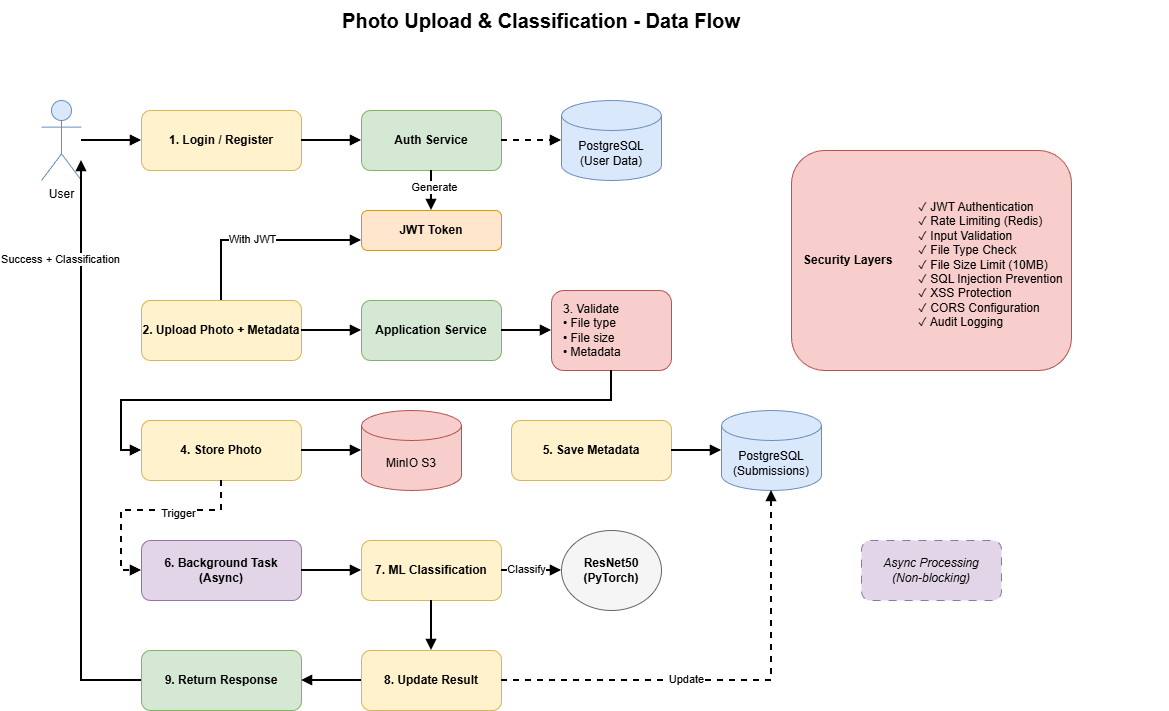
This is diagrams/data-flow.png from dzaja123/photo-classification-platform, a draw.io export, as it was before one commit. Source tidied: cells renumbered, new cells last; positions are measured from the earlier drawing's top-left corner, leaving out a move shared by most shapes. The source it was exported from:
```xml
<mxGraphModel>
  <root>
    <mxCell id="0" />
    <mxCell id="1" parent="0" />
    <mxCell id="2" value="Photo Upload &amp; Classification - Data Flow" style="text;html=1;strokeColor=none;fillColor=none;align=center;verticalAlign=middle;whiteSpace=wrap;rounded=0;fontSize=20;fontStyle=1;" parent="1" vertex="1">
      <mxGeometry x="200" width="600" height="40" as="geometry" />
    </mxCell>
    <mxCell id="3" value="User" style="shape=umlActor;verticalLabelPosition=bottom;verticalAlign=top;html=1;outlineConnect=0;fillColor=#dae8fc;strokeColor=#6c8ebf;" parent="1" vertex="1">
      <mxGeometry y="100" width="40" height="80" as="geometry" />
    </mxCell>
    <mxCell id="4" value="1. Login / Register" style="rounded=1;whiteSpace=wrap;html=1;fillColor=#fff2cc;strokeColor=#d6b656;fontStyle=1;" parent="1" vertex="1">
      <mxGeometry x="100" y="110" width="160" height="60" as="geometry" />
    </mxCell>
    <mxCell id="5" value="Auth Service" style="rounded=1;whiteSpace=wrap;html=1;fillColor=#d5e8d4;strokeColor=#82b366;fontStyle=1;" parent="1" vertex="1">
      <mxGeometry x="320" y="110" width="140" height="60" as="geometry" />
    </mxCell>
    <mxCell id="6" value="PostgreSQL&#10;(User Data)" style="shape=cylinder3;whiteSpace=wrap;html=1;boundedLbl=1;backgroundOutline=1;size=15;fillColor=#dae8fc;strokeColor=#6c8ebf;" parent="1" vertex="1">
      <mxGeometry x="520" y="100" width="100" height="80" as="geometry" />
    </mxCell>
    <mxCell id="7" value="JWT Token" style="rounded=1;whiteSpace=wrap;html=1;fillColor=#ffe6cc;strokeColor=#d79b00;fontStyle=1;" parent="1" vertex="1">
      <mxGeometry x="320" y="210" width="140" height="40" as="geometry" />
    </mxCell>
    <mxCell id="8" value="2. Upload Photo + Metadata" style="rounded=1;whiteSpace=wrap;html=1;fillColor=#fff2cc;strokeColor=#d6b656;fontStyle=1;" parent="1" vertex="1">
      <mxGeometry x="100" y="300" width="160" height="60" as="geometry" />
    </mxCell>
    <mxCell id="9" value="Application Service" style="rounded=1;whiteSpace=wrap;html=1;fillColor=#d5e8d4;strokeColor=#82b366;fontStyle=1;" parent="1" vertex="1">
      <mxGeometry x="320" y="300" width="140" height="60" as="geometry" />
    </mxCell>
    <mxCell id="10" value="3. Validate&#10;• File type&#10;• File size&#10;• Metadata" style="rounded=1;whiteSpace=wrap;html=1;fillColor=#f8cecc;strokeColor=#b85450;align=left;spacingLeft=10;" parent="1" vertex="1">
      <mxGeometry x="510" y="290" width="120" height="80" as="geometry" />
    </mxCell>
    <mxCell id="11" value="4. Store Photo" style="rounded=1;whiteSpace=wrap;html=1;fillColor=#fff2cc;strokeColor=#d6b656;fontStyle=1;" parent="1" vertex="1">
      <mxGeometry x="100" y="420" width="160" height="60" as="geometry" />
    </mxCell>
    <mxCell id="12" value="MinIO S3" style="shape=cylinder3;whiteSpace=wrap;html=1;boundedLbl=1;backgroundOutline=1;size=15;fillColor=#f8cecc;strokeColor=#b85450;" parent="1" vertex="1">
      <mxGeometry x="320" y="410" width="100" height="80" as="geometry" />
    </mxCell>
    <mxCell id="13" value="5. Save Metadata" style="rounded=1;whiteSpace=wrap;html=1;fillColor=#fff2cc;strokeColor=#d6b656;fontStyle=1;" parent="1" vertex="1">
      <mxGeometry x="470" y="420" width="160" height="60" as="geometry" />
    </mxCell>
    <mxCell id="14" value="PostgreSQL&#10;(Submissions)" style="shape=cylinder3;whiteSpace=wrap;html=1;boundedLbl=1;backgroundOutline=1;size=15;fillColor=#dae8fc;strokeColor=#6c8ebf;" parent="1" vertex="1">
      <mxGeometry x="680" y="410" width="100" height="80" as="geometry" />
    </mxCell>
    <mxCell id="15" value="6. Background Task&#10;(Async)" style="rounded=1;whiteSpace=wrap;html=1;fillColor=#e1d5e7;strokeColor=#9673a6;fontStyle=1;" parent="1" vertex="1">
      <mxGeometry x="100" y="540" width="160" height="60" as="geometry" />
    </mxCell>
    <mxCell id="16" value="7. ML Classification" style="rounded=1;whiteSpace=wrap;html=1;fillColor=#fff2cc;strokeColor=#d6b656;fontStyle=1;" parent="1" vertex="1">
      <mxGeometry x="320" y="540" width="140" height="60" as="geometry" />
    </mxCell>
    <mxCell id="17" value="ResNet50&#10;(PyTorch)" style="ellipse;whiteSpace=wrap;html=1;fillColor=#f5f5f5;strokeColor=#666666;fontStyle=1;" parent="1" vertex="1">
      <mxGeometry x="520" y="530" width="100" height="80" as="geometry" />
    </mxCell>
    <mxCell id="18" value="8. Update Result" style="rounded=1;whiteSpace=wrap;html=1;fillColor=#fff2cc;strokeColor=#d6b656;fontStyle=1;" parent="1" vertex="1">
      <mxGeometry x="320" y="650" width="140" height="60" as="geometry" />
    </mxCell>
    <mxCell id="19" value="9. Return Response" style="rounded=1;whiteSpace=wrap;html=1;fillColor=#d5e8d4;strokeColor=#82b366;fontStyle=1;" parent="1" vertex="1">
      <mxGeometry x="100" y="650" width="160" height="60" as="geometry" />
    </mxCell>
    <mxCell id="20" style="edgeStyle=orthogonalEdgeStyle;rounded=0;jettySize=auto;html=1;exitX=1;exitY=0.5;exitDx=0;exitDy=0;entryX=0;entryY=0.5;entryDx=0;entryDy=0;strokeWidth=2;endArrow=block;endFill=1;" parent="1" edge="1" source="3" target="4">
      <mxGeometry relative="1" as="geometry" />
    </mxCell>
    <mxCell id="21" style="edgeStyle=orthogonalEdgeStyle;rounded=0;jettySize=auto;html=1;exitX=1;exitY=0.5;exitDx=0;exitDy=0;entryX=0;entryY=0.5;entryDx=0;entryDy=0;strokeWidth=2;endArrow=block;endFill=1;" parent="1" edge="1" source="4" target="5">
      <mxGeometry relative="1" as="geometry" />
    </mxCell>
    <mxCell id="22" style="edgeStyle=orthogonalEdgeStyle;rounded=0;jettySize=auto;html=1;exitX=1;exitY=0.5;exitDx=0;exitDy=0;entryX=0;entryY=0.5;entryDx=0;entryDy=0;entryPerimeter=0;strokeWidth=2;endArrow=block;endFill=1;dashed=1;" parent="1" edge="1" source="5" target="6">
      <mxGeometry relative="1" as="geometry" />
    </mxCell>
    <mxCell id="23" style="edgeStyle=orthogonalEdgeStyle;rounded=0;jettySize=auto;html=1;exitX=0.5;exitY=1;exitDx=0;exitDy=0;entryX=0.5;entryY=0;entryDx=0;entryDy=0;strokeWidth=2;endArrow=block;endFill=1;" parent="1" edge="1" source="5" target="7">
      <mxGeometry relative="1" as="geometry" />
    </mxCell>
    <mxCell id="24" value="Generate" style="edgeLabel;html=1;align=center;verticalAlign=middle;" parent="23" vertex="1">
      <mxGeometry x="-0.2" y="2" relative="1" as="geometry" />
    </mxCell>
    <mxCell id="25" style="edgeStyle=orthogonalEdgeStyle;rounded=0;jettySize=auto;html=1;exitX=0.5;exitY=0;exitDx=0;exitDy=0;entryX=0;entryY=0.75;entryDx=0;entryDy=0;strokeWidth=2;endArrow=block;endFill=1;" parent="1" edge="1" source="8" target="7">
      <mxGeometry relative="1" as="geometry">
        <Array as="points">
          <mxPoint x="180" y="240" />
        </Array>
      </mxGeometry>
    </mxCell>
    <mxCell id="26" value="With JWT" style="edgeLabel;html=1;align=center;verticalAlign=middle;" parent="25" vertex="1">
      <mxGeometry x="-0.2" y="2" relative="1" as="geometry">
        <mxPoint x="10" as="offset" />
      </mxGeometry>
    </mxCell>
    <mxCell id="27" style="edgeStyle=orthogonalEdgeStyle;rounded=0;jettySize=auto;html=1;exitX=1;exitY=0.5;exitDx=0;exitDy=0;entryX=0;entryY=0.5;entryDx=0;entryDy=0;strokeWidth=2;endArrow=block;endFill=1;" parent="1" edge="1" source="8" target="9">
      <mxGeometry relative="1" as="geometry" />
    </mxCell>
    <mxCell id="28" style="edgeStyle=orthogonalEdgeStyle;rounded=0;jettySize=auto;html=1;exitX=1;exitY=0.5;exitDx=0;exitDy=0;entryX=0;entryY=0.5;entryDx=0;entryDy=0;strokeWidth=2;endArrow=block;endFill=1;" parent="1" edge="1" source="9" target="10">
      <mxGeometry relative="1" as="geometry" />
    </mxCell>
    <mxCell id="29" style="edgeStyle=orthogonalEdgeStyle;rounded=0;jettySize=auto;html=1;exitX=0.5;exitY=1;exitDx=0;exitDy=0;entryX=0;entryY=0.5;entryDx=0;entryDy=0;strokeWidth=2;endArrow=block;endFill=1;" parent="1" edge="1" source="10" target="11">
      <mxGeometry relative="1" as="geometry">
        <Array as="points">
          <mxPoint x="570" y="400" />
          <mxPoint x="80" y="400" />
          <mxPoint x="80" y="450" />
        </Array>
      </mxGeometry>
    </mxCell>
    <mxCell id="30" style="edgeStyle=orthogonalEdgeStyle;rounded=0;jettySize=auto;html=1;exitX=1;exitY=0.5;exitDx=0;exitDy=0;entryX=0;entryY=0.5;entryDx=0;entryDy=0;entryPerimeter=0;strokeWidth=2;endArrow=block;endFill=1;" parent="1" edge="1" source="11" target="12">
      <mxGeometry relative="1" as="geometry" />
    </mxCell>
    <mxCell id="31" style="edgeStyle=orthogonalEdgeStyle;rounded=0;jettySize=auto;html=1;exitX=1;exitY=0.5;exitDx=0;exitDy=0;entryX=0;entryY=0.5;entryDx=0;entryDy=0;entryPerimeter=0;strokeWidth=2;endArrow=block;endFill=1;" parent="1" edge="1" source="13" target="14">
      <mxGeometry relative="1" as="geometry" />
    </mxCell>
    <mxCell id="32" style="edgeStyle=orthogonalEdgeStyle;rounded=0;jettySize=auto;html=1;exitX=0.5;exitY=1;exitDx=0;exitDy=0;entryX=0;entryY=0.5;entryDx=0;entryDy=0;strokeWidth=2;endArrow=block;endFill=1;dashed=1;" parent="1" edge="1" source="11" target="15">
      <mxGeometry relative="1" as="geometry">
        <Array as="points">
          <mxPoint x="180" y="510" />
          <mxPoint x="80" y="510" />
          <mxPoint x="80" y="570" />
        </Array>
      </mxGeometry>
    </mxCell>
    <mxCell id="33" value="Trigger" style="edgeLabel;html=1;align=center;verticalAlign=middle;" parent="32" vertex="1">
      <mxGeometry x="-0.2" y="2" relative="1" as="geometry">
        <mxPoint x="10" as="offset" />
      </mxGeometry>
    </mxCell>
    <mxCell id="34" style="edgeStyle=orthogonalEdgeStyle;rounded=0;jettySize=auto;html=1;exitX=1;exitY=0.5;exitDx=0;exitDy=0;entryX=0;entryY=0.5;entryDx=0;entryDy=0;strokeWidth=2;endArrow=block;endFill=1;" parent="1" edge="1" source="15" target="16">
      <mxGeometry relative="1" as="geometry" />
    </mxCell>
    <mxCell id="35" style="edgeStyle=orthogonalEdgeStyle;rounded=0;jettySize=auto;html=1;exitX=1;exitY=0.5;exitDx=0;exitDy=0;entryX=0;entryY=0.5;entryDx=0;entryDy=0;strokeWidth=2;endArrow=block;endFill=1;" parent="1" edge="1" source="16" target="17">
      <mxGeometry relative="1" as="geometry" />
    </mxCell>
    <mxCell id="36" value="Classify" style="edgeLabel;html=1;align=center;verticalAlign=middle;" parent="35" vertex="1">
      <mxGeometry x="-0.2" y="2" relative="1" as="geometry" />
    </mxCell>
    <mxCell id="37" style="edgeStyle=orthogonalEdgeStyle;rounded=0;jettySize=auto;html=1;exitX=0.5;exitY=1;exitDx=0;exitDy=0;entryX=0.5;entryY=0;entryDx=0;entryDy=0;strokeWidth=2;endArrow=block;endFill=1;" parent="1" edge="1" source="16" target="18">
      <mxGeometry relative="1" as="geometry" />
    </mxCell>
    <mxCell id="38" style="edgeStyle=orthogonalEdgeStyle;rounded=0;jettySize=auto;html=1;exitX=1;exitY=0.5;exitDx=0;exitDy=0;entryX=0.5;entryY=1;entryDx=0;entryDy=0;entryPerimeter=0;strokeWidth=2;endArrow=block;endFill=1;dashed=1;" parent="1" edge="1" source="18" target="14">
      <mxGeometry relative="1" as="geometry">
        <Array as="points">
          <mxPoint x="730" y="680" />
        </Array>
      </mxGeometry>
    </mxCell>
    <mxCell id="39" value="Update" style="edgeLabel;html=1;align=center;verticalAlign=middle;" parent="38" vertex="1">
      <mxGeometry x="-0.2" y="2" relative="1" as="geometry" />
    </mxCell>
    <mxCell id="40" style="edgeStyle=orthogonalEdgeStyle;rounded=0;jettySize=auto;html=1;exitX=0;exitY=0.5;exitDx=0;exitDy=0;entryX=1;entryY=0.5;entryDx=0;entryDy=0;strokeWidth=2;endArrow=block;endFill=1;" parent="1" edge="1" source="18" target="19">
      <mxGeometry relative="1" as="geometry" />
    </mxCell>
    <mxCell id="41" style="edgeStyle=orthogonalEdgeStyle;rounded=0;jettySize=auto;html=1;exitX=0;exitY=0.5;exitDx=0;exitDy=0;entryX=1;entryY=0.75;entryDx=0;entryDy=0;strokeWidth=2;endArrow=block;endFill=1;" parent="1" edge="1" source="19" target="3">
      <mxGeometry relative="1" as="geometry">
        <Array as="points">
          <mxPoint x="40" y="680" />
          <mxPoint x="40" y="160" />
        </Array>
      </mxGeometry>
    </mxCell>
    <mxCell id="42" value="Success + Classification" style="edgeLabel;html=1;align=center;verticalAlign=middle;" parent="41" vertex="1">
      <mxGeometry x="-0.2" y="2" relative="1" as="geometry">
        <mxPoint x="-20" y="-250" as="offset" />
      </mxGeometry>
    </mxCell>
    <mxCell id="43" value="Async Processing&#10;(Non-blocking)" style="rounded=1;whiteSpace=wrap;html=1;fillColor=#e1d5e7;strokeColor=#9673a6;fontStyle=2;dashed=1;dashPattern=8 8;" parent="1" vertex="1">
      <mxGeometry x="820" y="540" width="140" height="60" as="geometry" />
    </mxCell>
    <mxCell id="44" value="Security Layers" style="rounded=1;whiteSpace=wrap;html=1;fillColor=#f8cecc;strokeColor=#b85450;fontStyle=1;align=left;spacingLeft=10;" parent="1" vertex="1">
      <mxGeometry x="750" y="150" width="280" height="220" as="geometry" />
    </mxCell>
    <mxCell id="45" value="✓ JWT Authentication&#10;✓ Rate Limiting (Redis)&#10;✓ Input Validation&#10;✓ File Type Check&#10;✓ File Size Limit (10MB)&#10;✓ SQL Injection Prevention&#10;✓ XSS Protection&#10;✓ CORS Configuration&#10;✓ Audit Logging" style="text;html=1;align=left;verticalAlign=top;spacingLeft=15;spacingRight=4;overflow=hidden;" parent="44" vertex="1">
      <mxGeometry x="110" y="42.8" width="267.3" height="177.2" as="geometry" />
    </mxCell>
  </root>
</mxGraphModel>
```
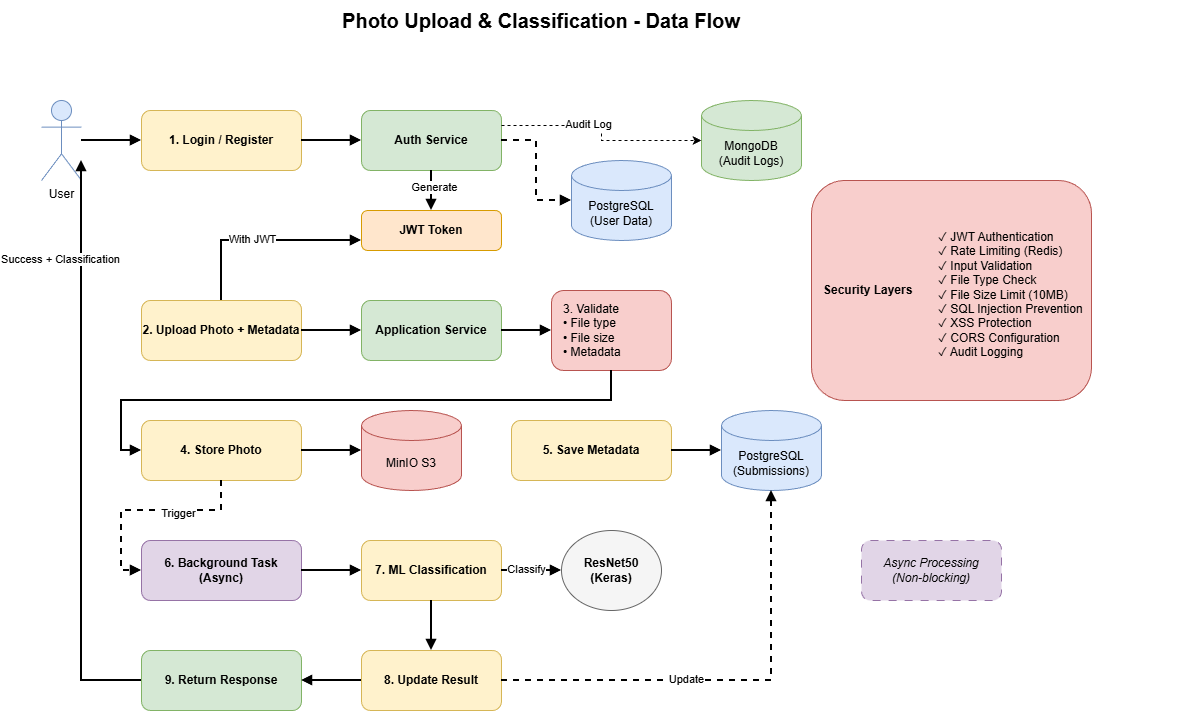
The same diagram one commit later.

What changed in the source:
```diff
@@ -15,7 +15,7 @@
       <mxGeometry x="320" y="110" width="140" height="60" as="geometry" />
     </mxCell>
     <mxCell id="6" value="PostgreSQL&#10;(User Data)" style="shape=cylinder3;whiteSpace=wrap;html=1;boundedLbl=1;backgroundOutline=1;size=15;fillColor=#dae8fc;strokeColor=#6c8ebf;" parent="1" vertex="1">
-      <mxGeometry x="520" y="100" width="100" height="80" as="geometry" />
+      <mxGeometry x="530" y="160" width="100" height="80" as="geometry" />
     </mxCell>
     <mxCell id="7" value="JWT Token" style="rounded=1;whiteSpace=wrap;html=1;fillColor=#ffe6cc;strokeColor=#d79b00;fontStyle=1;" parent="1" vertex="1">
       <mxGeometry x="320" y="210" width="140" height="40" as="geometry" />
@@ -47,9 +47,9 @@
     <mxCell id="16" value="7. ML Classification" style="rounded=1;whiteSpace=wrap;html=1;fillColor=#fff2cc;strokeColor=#d6b656;fontStyle=1;" parent="1" vertex="1">
       <mxGeometry x="320" y="540" width="140" height="60" as="geometry" />
     </mxCell>
-    <mxCell id="17" value="ResNet50&#10;(PyTorch)" style="ellipse;whiteSpace=wrap;html=1;fillColor=#f5f5f5;strokeColor=#666666;fontStyle=1;" parent="1" vertex="1">
-      <mxGeometry x="520" y="530" width="100" height="80" as="geometry" />
-    </mxCell>
+    <mxCell id="46" value="ResNet50&#10;(Keras)" style="ellipse;whiteSpace=wrap;html=1;fillColor=#f5f5f5;strokeColor=#666666;fontStyle=1;" parent="1" vertex="1">
+      <mxGeometry x="520" y="530" width="100" height="80" as="geometry" />
+    </mxCell>
     <mxCell id="18" value="8. Update Result" style="rounded=1;whiteSpace=wrap;html=1;fillColor=#fff2cc;strokeColor=#d6b656;fontStyle=1;" parent="1" vertex="1">
       <mxGeometry x="320" y="650" width="140" height="60" as="geometry" />
     </mxCell>
@@ -121,10 +121,10 @@
     <mxCell id="34" style="edgeStyle=orthogonalEdgeStyle;rounded=0;jettySize=auto;html=1;exitX=1;exitY=0.5;exitDx=0;exitDy=0;entryX=0;entryY=0.5;entryDx=0;entryDy=0;strokeWidth=2;endArrow=block;endFill=1;" parent="1" edge="1" source="15" target="16">
       <mxGeometry relative="1" as="geometry" />
     </mxCell>
-    <mxCell id="35" style="edgeStyle=orthogonalEdgeStyle;rounded=0;jettySize=auto;html=1;exitX=1;exitY=0.5;exitDx=0;exitDy=0;entryX=0;entryY=0.5;entryDx=0;entryDy=0;strokeWidth=2;endArrow=block;endFill=1;" parent="1" edge="1" source="16" target="17">
-      <mxGeometry relative="1" as="geometry" />
-    </mxCell>
+    <mxCell id="47" style="edgeStyle=orthogonalEdgeStyle;rounded=0;jettySize=auto;html=1;exitX=1;exitY=0.5;exitDx=0;exitDy=0;entryX=0;entryY=0.5;entryDx=0;entryDy=0;strokeWidth=2;endArrow=block;endFill=1;" parent="1" edge="1" source="16" target="46">
+      <mxGeometry relative="1" as="geometry" />
+    </mxCell>
-    <mxCell id="36" value="Classify" style="edgeLabel;html=1;align=center;verticalAlign=middle;" parent="35" vertex="1">
+    <mxCell id="36" value="Classify" style="edgeLabel;html=1;align=center;verticalAlign=middle;" parent="47" vertex="1">
       <mxGeometry x="-0.2" y="2" relative="1" as="geometry" />
     </mxCell>
     <mxCell id="37" style="edgeStyle=orthogonalEdgeStyle;rounded=0;jettySize=auto;html=1;exitX=0.5;exitY=1;exitDx=0;exitDy=0;entryX=0.5;entryY=0;entryDx=0;entryDy=0;strokeWidth=2;endArrow=block;endFill=1;" parent="1" edge="1" source="16" target="18">
@@ -159,8 +159,17 @@
     <mxCell id="43" value="Async Processing&#10;(Non-blocking)" style="rounded=1;whiteSpace=wrap;html=1;fillColor=#e1d5e7;strokeColor=#9673a6;fontStyle=2;dashed=1;dashPattern=8 8;" parent="1" vertex="1">
       <mxGeometry x="820" y="540" width="140" height="60" as="geometry" />
     </mxCell>
+    <mxCell id="48" value="MongoDB&#10;(Audit Logs)" style="shape=cylinder3;whiteSpace=wrap;html=1;boundedLbl=1;backgroundOutline=1;size=15;fillColor=#d5e8d4;strokeColor=#82b366;" parent="1" vertex="1">
+      <mxGeometry x="660" y="100" width="100" height="80" as="geometry" />
+    </mxCell>
+    <mxCell id="49" style="edgeStyle=orthogonalEdgeStyle;rounded=0;jettySize=auto;html=1;exitX=1;exitY=0.25;exitDx=0;exitDy=0;entryX=0;entryY=0.5;entryDx=0;entryDy=0;entryPerimeter=0;strokeWidth=1;dashed=1;" parent="1" edge="1" source="5" target="48">
+      <mxGeometry relative="1" as="geometry" />
+    </mxCell>
+    <mxCell id="50" value="Audit Log" style="edgeLabel;html=1;align=center;verticalAlign=middle;" parent="49" vertex="1">
+      <mxGeometry x="-0.2" y="2" relative="1" as="geometry" />
+    </mxCell>
     <mxCell id="44" value="Security Layers" style="rounded=1;whiteSpace=wrap;html=1;fillColor=#f8cecc;strokeColor=#b85450;fontStyle=1;align=left;spacingLeft=10;" parent="1" vertex="1">
-      <mxGeometry x="750" y="150" width="280" height="220" as="geometry" />
+      <mxGeometry x="770" y="180" width="280" height="220" as="geometry" />
     </mxCell>
     <mxCell id="45" value="✓ JWT Authentication&#10;✓ Rate Limiting (Redis)&#10;✓ Input Validation&#10;✓ File Type Check&#10;✓ File Size Limit (10MB)&#10;✓ SQL Injection Prevention&#10;✓ XSS Protection&#10;✓ CORS Configuration&#10;✓ Audit Logging" style="text;html=1;align=left;verticalAlign=top;spacingLeft=15;spacingRight=4;overflow=hidden;" parent="44" vertex="1">
       <mxGeometry x="110" y="42.8" width="267.3" height="177.2" as="geometry" />
```
